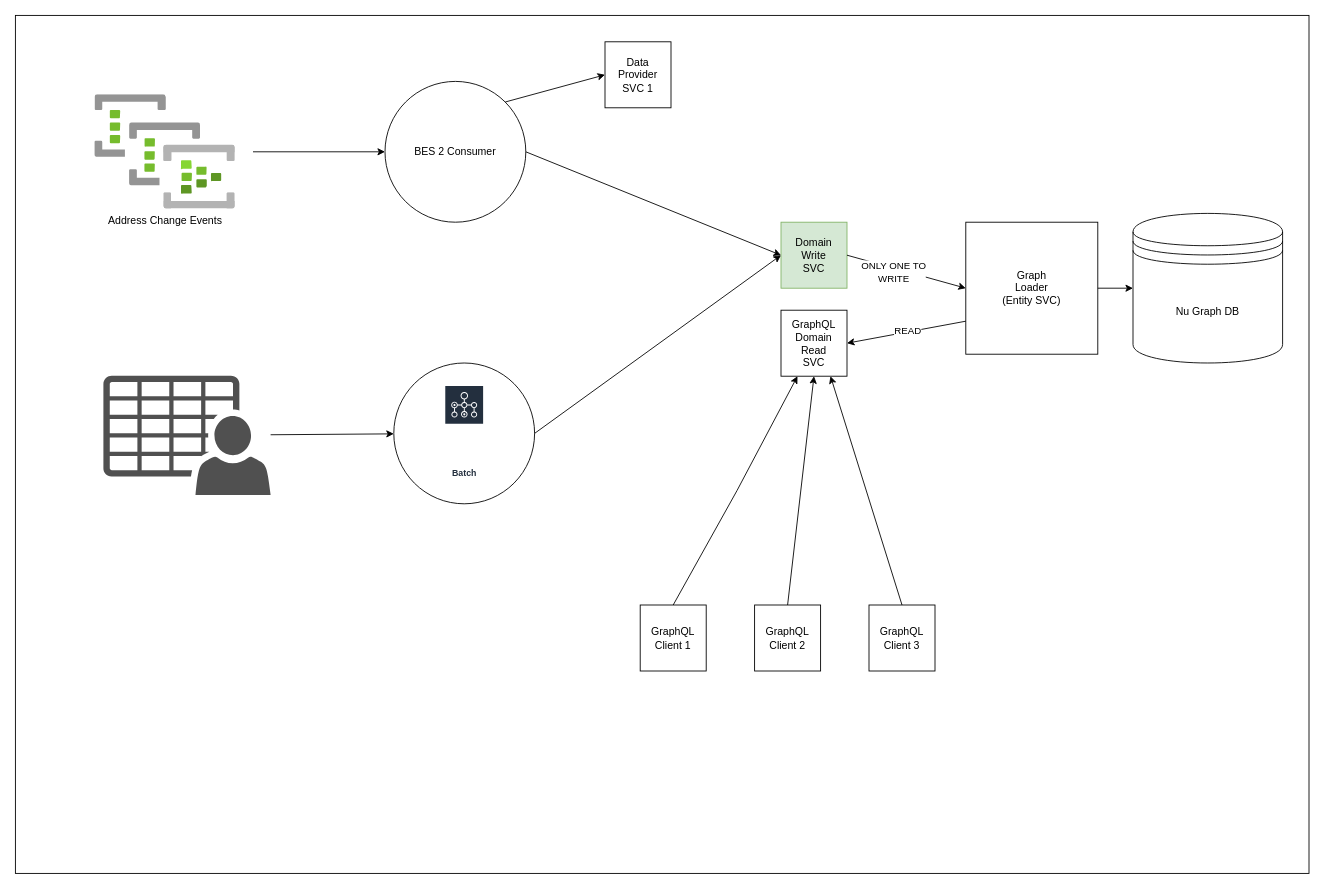
The draw.io diagram user_pan.drawio in akhr/diagrams, before the edit. Source tidied: cells renumbered, new cells numbered last; positions are measured from the earlier drawing's top-left corner, leaving out a move shared by most shapes. Both pictures are drawn from the tidied source at 88%, with x=0, y=0 at pixel (15, 15).
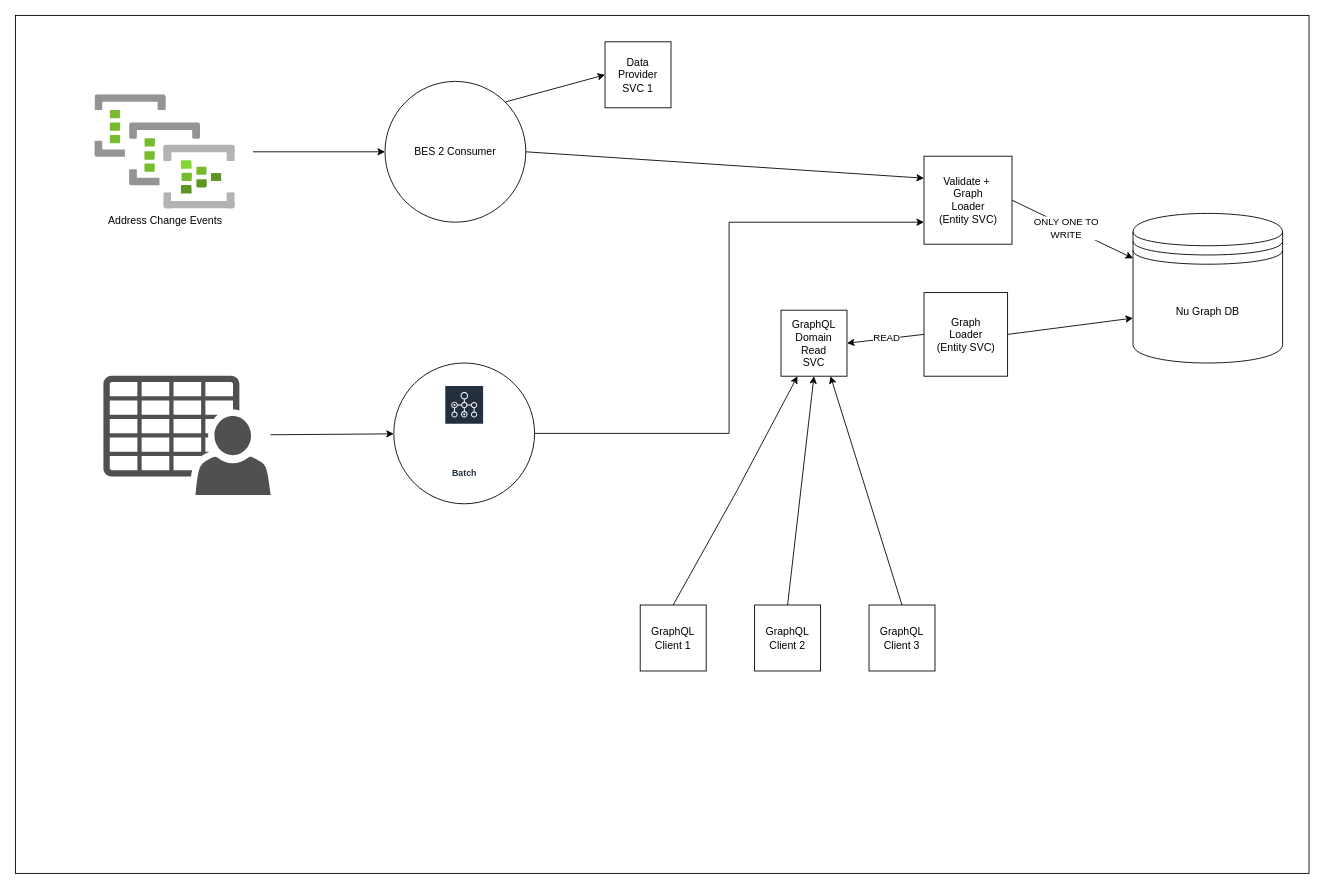
The same page after the edit.

Unchanged cells that the change refers to:
```xml
<mxCell id="4" value="Nu Graph DB" style="shape=datastore;whiteSpace=wrap;html=1;fillStyle=solid;fillColor=#FFFFFF;" parent="1" vertex="1">
  <mxGeometry x="1270" y="225" width="170" height="170" as="geometry" />
</mxCell>
<mxCell id="5" value="BES 2 Consumer&lt;br&gt;" style="ellipse;whiteSpace=wrap;html=1;fillStyle=solid;fillColor=#FFFFFF;" parent="1" vertex="1">
  <mxGeometry x="420" y="75" width="160" height="160" as="geometry" />
</mxCell>
<mxCell id="6" style="ellipse;whiteSpace=wrap;html=1;fillStyle=solid;fillColor=#FFFFFF;" parent="1" vertex="1">
  <mxGeometry x="430" y="395" width="160" height="160" as="geometry" />
</mxCell>
<mxCell id="15" value="GraphQL Domain Read&lt;br&gt;SVC" style="whiteSpace=wrap;html=1;fillStyle=dots;fillColor=none;gradientColor=default;" parent="1" vertex="1">
  <mxGeometry x="870" y="335" width="75" height="75" as="geometry" />
</mxCell>
```

The edit, as a diff of the source:
```diff
@@
     <mxCell id="3" value="Graph &lt;br&gt;Loader&lt;br&gt;(Entity SVC)" style="whiteSpace=wrap;html=1;fillStyle=dots;fillColor=none;gradientColor=default;" parent="1" vertex="1">
-      <mxGeometry x="1080" y="235" width="150" height="150" as="geometry" />
+      <mxGeometry x="1032.5" y="315" width="95" height="95" as="geometry" />
     </mxCell>
@@
-    <mxCell id="12" value="Domain &lt;br&gt;Write &lt;br&gt;SVC" style="whiteSpace=wrap;html=1;fillStyle=auto;fillColor=#d5e8d4;strokeColor=#82b366;" parent="1" vertex="1">
-      <mxGeometry x="870" y="235" width="75" height="75" as="geometry" />
-    </mxCell>
-    <mxCell id="13" style="endArrow=classic;html=1;rounded=0;entryX=0;entryY=0.5;entryDx=0;entryDy=0;exitX=1;exitY=0.5;exitDx=0;exitDy=0;" parent="1" edge="1" source="5" target="12">
+    <mxCell id="13" style="endArrow=classic;html=1;rounded=0;entryX=0;entryY=0.25;entryDx=0;entryDy=0;exitX=1;exitY=0.5;exitDx=0;exitDy=0;" parent="1" edge="1" source="5" target="29">
       <mxGeometry relative="1" as="geometry" />
     </mxCell>
-    <mxCell id="14" style="endArrow=classic;html=1;rounded=0;entryX=0;entryY=0.5;entryDx=0;entryDy=0;exitX=1;exitY=0.5;exitDx=0;exitDy=0;" parent="1" edge="1" source="6" target="12">
-      <mxGeometry relative="1" as="geometry" />
-    </mxCell>
@@
-    <mxCell id="16" style="endArrow=classic;html=1;rounded=0;exitX=1;exitY=0.5;exitDx=0;exitDy=0;entryX=0;entryY=0.5;entryDx=0;entryDy=0;" parent="1" edge="1" source="12" target="3">
-      <mxGeometry relative="1" as="geometry" />
-    </mxCell>
-    <mxCell id="17" value="ONLY ONE TO &lt;br&gt;WRITE" style="edgeLabel;html=1;align=center;verticalAlign=middle;" parent="16" vertex="1">
-      <mxGeometry x="-0.2" y="-4" relative="1" as="geometry" />
-    </mxCell>
-    <mxCell id="18" style="endArrow=classic;html=1;rounded=0;exitX=0;exitY=0.75;exitDx=0;exitDy=0;entryX=1;entryY=0.5;entryDx=0;entryDy=0;" parent="1" edge="1" source="3" target="15">
+    <mxCell id="18" style="endArrow=classic;html=1;rounded=0;exitX=0;exitY=0.5;exitDx=0;exitDy=0;entryX=1;entryY=0.5;entryDx=0;entryDy=0;" parent="1" edge="1" source="3" target="15">
       <mxGeometry relative="1" as="geometry" />
     </mxCell>
@@
-    <mxCell id="26" style="endArrow=classic;html=1;rounded=0;exitX=1;exitY=0.5;exitDx=0;exitDy=0;entryX=0;entryY=0.5;entryDx=0;entryDy=0;" parent="1" edge="1" source="3" target="4">
+    <mxCell id="26" style="endArrow=classic;html=1;rounded=0;exitX=1;exitY=0.5;exitDx=0;exitDy=0;entryX=0;entryY=0.7;entryDx=0;entryDy=0;" parent="1" edge="1" source="3" target="4">
       <mxGeometry relative="1" as="geometry" />
     </mxCell>
@@
+    <mxCell id="29" value="Validate +&amp;nbsp;&lt;br&gt;Graph &lt;br&gt;Loader&lt;br&gt;(Entity SVC)" style="whiteSpace=wrap;html=1;fillStyle=dots;fillColor=none;gradientColor=default;" parent="1" vertex="1">
+      <mxGeometry x="1032.5" y="160" width="100" height="100" as="geometry" />
+    </mxCell>
+    <mxCell id="30" style="endArrow=classic;html=1;rounded=0;exitX=1;exitY=0.5;exitDx=0;exitDy=0;entryX=0;entryY=0.3;entryDx=0;entryDy=0;" parent="1" edge="1" source="29" target="4">
+      <mxGeometry relative="1" as="geometry" />
+    </mxCell>
+    <mxCell id="17" value="ONLY ONE TO&lt;br&gt;WRITE" style="edgeLabel;html=1;align=center;verticalAlign=middle;" parent="30" vertex="1">
+      <mxGeometry x="-0.1" y="-2" relative="1" as="geometry" />
+    </mxCell>
+    <mxCell id="31" style="edgeStyle=elbowEdgeStyle;elbow=horizontal;endArrow=classic;html=1;rounded=0;exitX=1;exitY=0.5;exitDx=0;exitDy=0;entryX=0;entryY=0.75;entryDx=0;entryDy=0;" parent="1" edge="1" source="6" target="29">
+      <mxGeometry relative="1" as="geometry" />
+    </mxCell>
```
